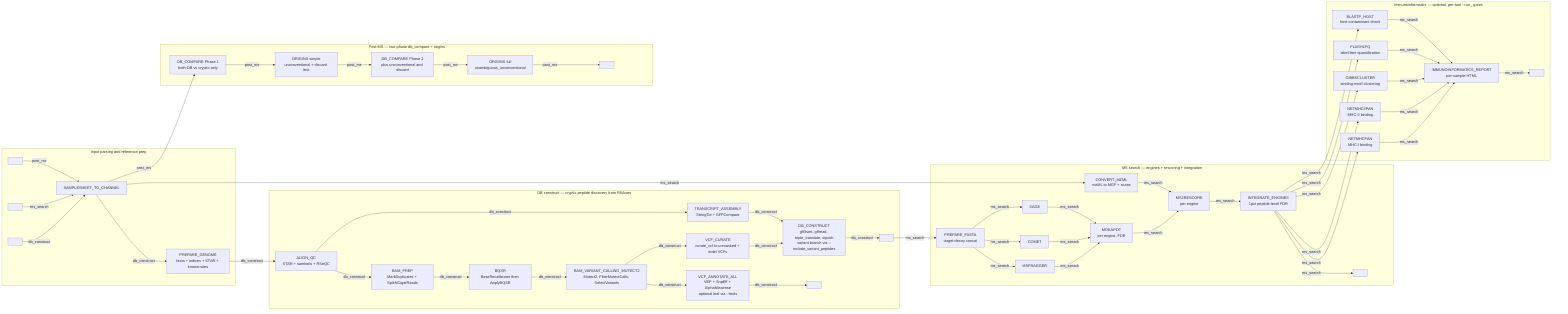
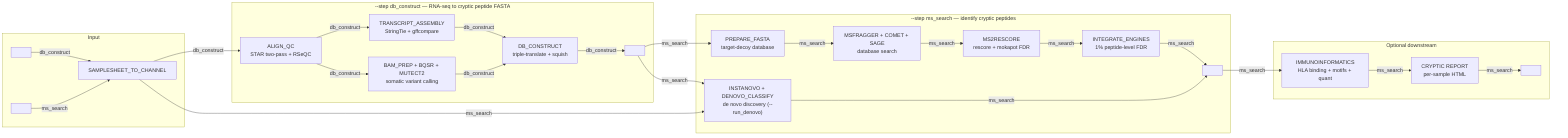
- %%metro title: sanjaysgk/ipg — cryptic peptide discovery
+ %%metro title: sanjaysgk/ipg — cryptic immunopeptidogenomics
%%metro logo: docs/images/nf-core-ipg_logo_dark.png
%%metro style: dark
%%metro file: fastq_in           | FASTQ
%%metro file: ms_in              | mzML
- %%metro file: post_in            | psms
%%metro file: cryptic_fasta      | FASTA
- %%metro file: annotation_out     | VCF
- %%metro file: integrated_psms    | TSV
+ %%metro file: peptides_out       | TSV
%%metro file: report             | HTML
- %%metro file: post_out           | TXT
- %%metro line: db_construct       | RNAseq to cryptic peptide FASTA             | #0570b0
- %%metro line: ms_search          | MS search + integrate + immunoinformatics   | #e63946
- %%metro line: post_ms            | Post-MS two-phase db_compare + origins       | #2db572
+ %%metro line: db_construct       | RNA-seq to cryptic peptide database         | #0570b0
+ %%metro line: ms_search          | MS search, de novo and integration          | #e63946
%%metro legend: bl

graph LR
-     subgraph genome_prep ["Input parsing and reference prep"]
-         %%metro exit: right | db_construct, ms_search, post_ms
+     subgraph input_section ["Input"]
+         %%metro exit: right | db_construct, ms_search
        samplesheet["SAMPLESHEET_TO_CHANNEL"]
-         prepare_genome["PREPARE_GENOME<br/>fasta + indices + STAR + known-sites"]
        fastq_in[" "]
        ms_in[" "]
-         post_in[" "]

        fastq_in -->|db_construct| samplesheet
        ms_in -->|ms_search| samplesheet
-         post_in -->|post_ms| samplesheet
-         samplesheet -->|db_construct| prepare_genome
    end

-     subgraph db_construct_section ["DB construct — cryptic peptide discovery from RNAseq"]
+     subgraph db_construct_section ["--step db_construct — RNA-seq to cryptic peptide FASTA"]
        %%metro direction: TB
        %%metro entry: left | db_construct
        %%metro exit: right | db_construct
-         align_qc["ALIGN_QC<br/>STAR + samtools + RSeQC"]
-         transcript_assembly["TRANSCRIPT_ASSEMBLY<br/>StringTie + GFFCompare"]
-         bam_prep["BAM_PREP<br/>MarkDuplicates + SplitNCigarReads"]
-         bqsr["BQSR<br/>BaseRecalibrator then ApplyBQSR"]
-         mutect["BAM_VARIANT_CALLING_MUTECT2<br/>Mutect2, FilterMutectCalls, SelectVariants"]
-         vcf_curate["VCF_CURATE<br/>curate_vcf to unmasked + indel VCFs"]
-         vcf_annotate["VCF_ANNOTATE_ALL<br/>VEP + SnpEff + AlphaMissense<br/>optional leaf via --tools"]
-         db_construct["DB_CONSTRUCT<br/>gff3sort, gffread, triple_translate, squish<br/>variant branch via --include_variant_peptides"]
+         align["ALIGN_QC<br/>STAR two-pass + RSeQC"]
+         assembly["TRANSCRIPT_ASSEMBLY<br/>StringTie + gffcompare"]
+         variants["BAM_PREP + BQSR + MUTECT2<br/>somatic variant calling"]
+         db["DB_CONSTRUCT<br/>triple-translate + squish"]
        cryptic_fasta[" "]
-         annotation_out[" "]

-         align_qc -->|db_construct| transcript_assembly
-         align_qc -->|db_construct| bam_prep
-         bam_prep -->|db_construct| bqsr
-         bqsr -->|db_construct| mutect
-         mutect -->|db_construct| vcf_curate
-         mutect -->|db_construct| vcf_annotate
-         vcf_curate -->|db_construct| db_construct
-         vcf_annotate -->|db_construct| annotation_out
-         transcript_assembly -->|db_construct| db_construct
-         db_construct -->|db_construct| cryptic_fasta
+         align -->|db_construct| assembly
+         align -->|db_construct| variants
+         assembly -->|db_construct| db
+         variants -->|db_construct| db
+         db -->|db_construct| cryptic_fasta
    end

-     subgraph ms_search_section ["MS search — engines + rescoring + integration"]
+     subgraph ms_search_section ["--step ms_search — identify cryptic peptides"]
        %%metro direction: TB
        %%metro entry: left | ms_search
        %%metro exit: right | ms_search
-         prepare_fasta["PREPARE_FASTA<br/>target-decoy concat"]
-         convert_mzml["CONVERT_MZML<br/>mzML to MGF + scans"]
-         msfragger["MSFRAGGER"]
-         comet["COMET"]
-         sage["SAGE"]
-         mokapot["MOKAPOT<br/>per engine, FDR"]
-         ms2rescore["MS2RESCORE<br/>per engine"]
-         integrate["INTEGRATE_ENGINES<br/>1pct peptide-level FDR"]
-         integrated_psms[" "]
+         prepare_fasta["PREPARE_FASTA<br/>target-decoy database"]
+         engines["MSFRAGGER + COMET + SAGE<br/>database search"]
+         rescore["MS2RESCORE<br/>rescore + mokapot FDR"]
+         integrate["INTEGRATE_ENGINES<br/>1% peptide-level FDR"]
+         denovo["INSTANOVO + DENOVO_CLASSIFY<br/>de novo discovery (--run_denovo)"]
+         peptides_out[" "]

-         prepare_fasta -->|ms_search| msfragger
-         prepare_fasta -->|ms_search| comet
-         prepare_fasta -->|ms_search| sage
-         msfragger -->|ms_search| mokapot
-         comet -->|ms_search| mokapot
-         sage -->|ms_search| mokapot
-         mokapot -->|ms_search| ms2rescore
-         convert_mzml -->|ms_search| ms2rescore
-         ms2rescore -->|ms_search| integrate
-         integrate -->|ms_search| integrated_psms
+         prepare_fasta -->|ms_search| engines
+         engines -->|ms_search| rescore
+         rescore -->|ms_search| integrate
+         integrate -->|ms_search| peptides_out
+         denovo -->|ms_search| peptides_out
    end

-     subgraph immuno_section ["Immunoinformatics — optional, per-tool --run_ gates"]
+     subgraph downstream_section ["Optional downstream"]
        %%metro direction: TB
        %%metro entry: left | ms_search
        %%metro exit: right | ms_search
-         netmhcpan["NETMHCPAN<br/>MHC-I binding"]
-         netmhciipan["NETMHCIIPAN<br/>MHC-II binding"]
-         gibbscluster["GIBBSCLUSTER<br/>binding-motif clustering"]
-         flashlfq["FLASHLFQ<br/>label-free quantification"]
-         blastp_host["BLASTP_HOST<br/>host-contaminant check"]
-         immuno_report["IMMUNOINFORMATICS_REPORT<br/>per-sample HTML"]
+         immuno["IMMUNOINFORMATICS<br/>HLA binding + motifs + quant"]
+         report_node["CRYPTIC REPORT<br/>per-sample HTML"]
        report[" "]

-         netmhcpan -->|ms_search| immuno_report
-         netmhciipan -->|ms_search| immuno_report
-         gibbscluster -->|ms_search| immuno_report
-         flashlfq -->|ms_search| immuno_report
-         blastp_host -->|ms_search| immuno_report
-         immuno_report -->|ms_search| report
+         immuno -->|ms_search| report_node
+         report_node -->|ms_search| report
    end

-     subgraph post_ms_section ["Post-MS — two-phase db_compare + origins"]
-         %%metro direction: TB
-         %%metro entry: left | post_ms
-         %%metro exit: right | post_ms
-         db_compare_p1["DB_COMPARE Phase 1<br/>both-DB vs cryptic-only"]
-         origins_simple["ORIGINS simple<br/>unconventional + discard lists"]
-         db_compare_p2["DB_COMPARE Phase 2<br/>plus unconventional and discard"]
-         origins_full["ORIGINS full<br/>unambiguous_unconventional"]
-         post_out[" "]
- 
-         db_compare_p1 -->|post_ms| origins_simple
-         origins_simple -->|post_ms| db_compare_p2
-         db_compare_p2 -->|post_ms| origins_full
-         origins_full -->|post_ms| post_out
-     end
- 
-     %% Inter-section edges (cross-step handoffs)
-     prepare_genome -->|db_construct| align_qc
+     %% Cross-section handoffs
+     samplesheet -->|db_construct| align
    cryptic_fasta -->|ms_search| prepare_fasta
-     samplesheet -->|ms_search| convert_mzml
-     integrate -->|ms_search| netmhcpan
-     integrate -->|ms_search| netmhciipan
-     integrate -->|ms_search| gibbscluster
-     integrate -->|ms_search| flashlfq
-     integrate -->|ms_search| blastp_host
-     samplesheet -->|post_ms| db_compare_p1
+     cryptic_fasta -->|ms_search| denovo
+     samplesheet -->|ms_search| denovo
+     peptides_out -->|ms_search| immuno
